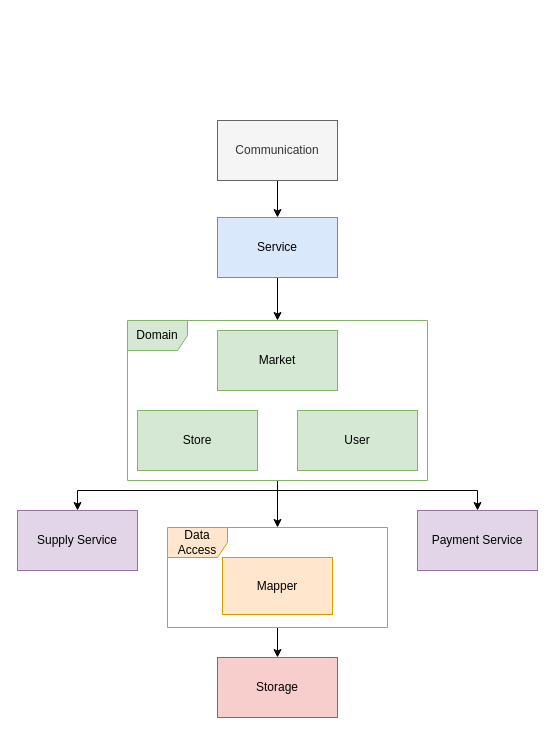
Above: page "system architecture" (2 of 2) of use_case.drawio in yanay94sun/Workshop (draw.io), before the change. Source tidied: cells renumbered, new cells numbered last; positions are measured from the earlier drawing's top-left corner, leaving out a move shared by most shapes. Both pictures are drawn from the tidied source at 100%, with x=0, y=0 at pixel (17, 120).
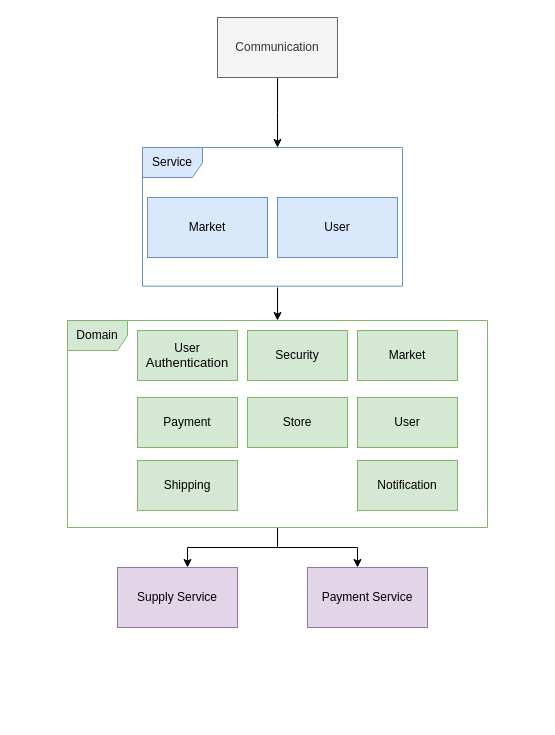
Above is the later version.

Commit message:
use case- update

Diff of the diagram source:
```diff
@@
+    <mxCell id="16" value="Service" style="shape=umlFrame;whiteSpace=wrap;html=1;fillColor=#dae8fc;strokeColor=#6c8ebf;swimlaneFillColor=none;shadow=0;sketch=0;" parent="1" vertex="1">
+      <mxGeometry x="125" y="27" width="260" height="138.7" as="geometry" />
+    </mxCell>
-    <mxCell id="2" style="edgeStyle=orthogonalEdgeStyle;rounded=0;jettySize=auto;html=1;" parent="1" edge="1" source="3" target="16">
-      <mxGeometry relative="1" as="geometry" />
+    <mxCell id="2" style="edgeStyle=orthogonalEdgeStyle;rounded=0;jettySize=auto;html=1;" parent="1" edge="1" source="3">
+      <mxGeometry relative="1" as="geometry">
+        <mxPoint x="260" y="27" as="targetPoint" />
+      </mxGeometry>
     </mxCell>
     <mxCell id="3" value="Communication" style="rounded=0;whiteSpace=wrap;html=1;fillColor=#f5f5f5;fontColor=#333333;strokeColor=#666666;" parent="1" vertex="1">
-      <mxGeometry x="200" width="120" height="60" as="geometry" />
+      <mxGeometry x="200" y="-103" width="120" height="60" as="geometry" />
     </mxCell>
-    <mxCell id="4" style="edgeStyle=orthogonalEdgeStyle;rounded=0;jettySize=auto;html=1;" parent="1" edge="1" source="7" target="12">
-      <mxGeometry relative="1" as="geometry" />
-    </mxCell>
     <mxCell id="5" style="edgeStyle=orthogonalEdgeStyle;rounded=0;jettySize=auto;html=1;" parent="1" edge="1" source="7" target="17">
       <mxGeometry relative="1" as="geometry">
         <Array as="points">
-          <mxPoint x="260" y="370" />
-          <mxPoint x="460" y="370" />
+          <mxPoint x="260" y="427" />
+          <mxPoint x="340" y="427" />
         </Array>
       </mxGeometry>
     </mxCell>
     <mxCell id="6" style="edgeStyle=orthogonalEdgeStyle;rounded=0;jettySize=auto;html=1;" parent="1" edge="1" source="7" target="18">
       <mxGeometry relative="1" as="geometry">
         <Array as="points">
-          <mxPoint x="260" y="370" />
-          <mxPoint x="60" y="370" />
+          <mxPoint x="260" y="427" />
+          <mxPoint x="170" y="427" />
         </Array>
       </mxGeometry>
     </mxCell>
     <mxCell id="7" value="Domain" style="shape=umlFrame;whiteSpace=wrap;html=1;fillColor=#d5e8d4;strokeColor=#82b366;gradientColor=none;swimlaneFillColor=none;shadow=0;sketch=0;" parent="1" vertex="1">
-      <mxGeometry x="110" y="200" width="300" height="160" as="geometry" />
+      <mxGeometry x="50" y="200" width="420" height="207" as="geometry" />
     </mxCell>
     <mxCell id="8" value="Market" style="rounded=0;whiteSpace=wrap;html=1;fillColor=#d5e8d4;strokeColor=#82b366;" parent="1" vertex="1">
-      <mxGeometry x="200" y="210" width="120" height="60" as="geometry" />
+      <mxGeometry x="340" y="210" width="100" height="50" as="geometry" />
     </mxCell>
     <mxCell id="9" value="Store" style="rounded=0;whiteSpace=wrap;html=1;fillColor=#d5e8d4;strokeColor=#82b366;" parent="1" vertex="1">
-      <mxGeometry x="120" y="290" width="120" height="60" as="geometry" />
+      <mxGeometry x="230" y="277" width="100" height="50" as="geometry" />
     </mxCell>
     <mxCell id="10" value="User" style="rounded=0;whiteSpace=wrap;html=1;fillColor=#d5e8d4;strokeColor=#82b366;" parent="1" vertex="1">
-      <mxGeometry x="280" y="290" width="120" height="60" as="geometry" />
+      <mxGeometry x="340" y="277" width="100" height="50" as="geometry" />
     </mxCell>
-    <mxCell id="11" style="edgeStyle=orthogonalEdgeStyle;rounded=0;jettySize=auto;html=1;" parent="1" edge="1" source="12" target="14">
-      <mxGeometry relative="1" as="geometry" />
-    </mxCell>
-    <mxCell id="12" value="Data Access" style="shape=umlFrame;whiteSpace=wrap;html=1;fillColor=#ffe6cc;strokeColor=#d79b00;" parent="1" vertex="1">
-      <mxGeometry x="150" y="407" width="220" height="100" as="geometry" />
-    </mxCell>
-    <mxCell id="13" style="edgeStyle=orthogonalEdgeStyle;rounded=0;jettySize=auto;html=1;" parent="1" edge="1" source="16" target="7">
-      <mxGeometry relative="1" as="geometry" />
+    <mxCell id="13" style="edgeStyle=orthogonalEdgeStyle;rounded=0;jettySize=auto;html=1;" parent="1" edge="1" target="7">
+      <mxGeometry relative="1" as="geometry">
+        <mxPoint x="260" y="167" as="sourcePoint" />
+        <Array as="points">
+          <mxPoint x="260" y="197" />
+          <mxPoint x="260" y="197" />
+        </Array>
+      </mxGeometry>
     </mxCell>
-    <mxCell id="14" value="Storage" style="rounded=0;whiteSpace=wrap;html=1;fillColor=#f8cecc;strokeColor=#b85450;" parent="1" vertex="1">
-      <mxGeometry x="200" y="537" width="120" height="60" as="geometry" />
-    </mxCell>
-    <mxCell id="15" value="Mapper" style="rounded=0;whiteSpace=wrap;html=1;fillColor=#ffe6cc;strokeColor=#d79b00;" parent="1" vertex="1">
-      <mxGeometry x="205" y="437" width="110" height="57" as="geometry" />
-    </mxCell>
-    <mxCell id="16" value="Service" style="rounded=0;whiteSpace=wrap;html=1;fillColor=#dae8fc;strokeColor=#6c8ebf;" parent="1" vertex="1">
-      <mxGeometry x="200" y="97" width="120" height="60" as="geometry" />
-    </mxCell>
     <mxCell id="17" value="Payment Service" style="rounded=0;whiteSpace=wrap;html=1;fillColor=#e1d5e7;strokeColor=#9673a6;" parent="1" vertex="1">
-      <mxGeometry x="400" y="390" width="120" height="60" as="geometry" />
+      <mxGeometry x="290" y="447" width="120" height="60" as="geometry" />
     </mxCell>
     <mxCell id="18" value="Supply Service" style="rounded=0;whiteSpace=wrap;html=1;fillColor=#e1d5e7;strokeColor=#9673a6;" parent="1" vertex="1">
-      <mxGeometry y="390" width="120" height="60" as="geometry" />
+      <mxGeometry x="100" y="447" width="120" height="60" as="geometry" />
     </mxCell>
+    <mxCell id="19" value="Market" style="rounded=0;whiteSpace=wrap;html=1;fillColor=#dae8fc;strokeColor=#6c8ebf;" parent="1" vertex="1">
+      <mxGeometry x="130" y="77" width="120" height="60" as="geometry" />
+    </mxCell>
+    <mxCell id="20" value="User" style="rounded=0;whiteSpace=wrap;html=1;fillColor=#dae8fc;strokeColor=#6c8ebf;" parent="1" vertex="1">
+      <mxGeometry x="260" y="77" width="120" height="60" as="geometry" />
+    </mxCell>
+    <mxCell id="21" value="Security" style="rounded=0;whiteSpace=wrap;html=1;fillColor=#d5e8d4;strokeColor=#82b366;" parent="1" vertex="1">
+      <mxGeometry x="230" y="210" width="100" height="50" as="geometry" />
+    </mxCell>
+    <mxCell id="22" value="User &lt;font style=&quot;font-size: 13px&quot;&gt;A&lt;span style=&quot;line-height: 107% ; font-family: &amp;#34;calibri&amp;#34; , sans-serif&quot;&gt;uthentication&lt;/span&gt;&lt;/font&gt;" style="rounded=0;whiteSpace=wrap;html=1;fillColor=#d5e8d4;strokeColor=#82b366;" parent="1" vertex="1">
+      <mxGeometry x="120" y="210" width="100" height="50" as="geometry" />
+    </mxCell>
+    <mxCell id="23" value="Payment" style="rounded=0;whiteSpace=wrap;html=1;fillColor=#d5e8d4;strokeColor=#82b366;" parent="1" vertex="1">
+      <mxGeometry x="120" y="277" width="100" height="50" as="geometry" />
+    </mxCell>
+    <mxCell id="24" value="Shipping" style="rounded=0;whiteSpace=wrap;html=1;fillColor=#d5e8d4;strokeColor=#82b366;" parent="1" vertex="1">
+      <mxGeometry x="120" y="340" width="100" height="50" as="geometry" />
+    </mxCell>
+    <mxCell id="25" value="Notification" style="rounded=0;whiteSpace=wrap;html=1;fillColor=#d5e8d4;strokeColor=#82b366;" parent="1" vertex="1">
+      <mxGeometry x="340" y="340" width="100" height="50" as="geometry" />
+    </mxCell>
```
